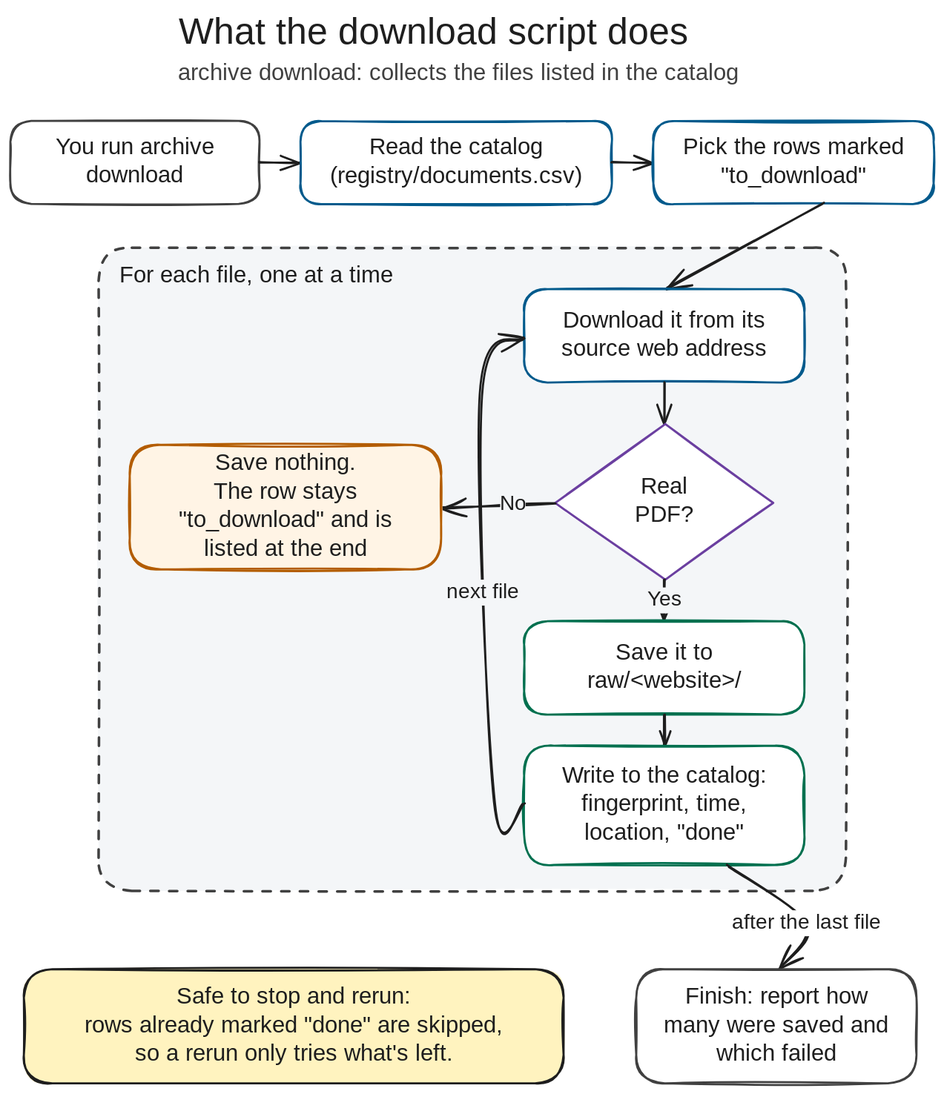
alemarieceria/jbphh-dw-archive-pipeline keeps this Excalidraw diagram as docs/diagrams/svgs/download-script.excalidraw.svg. Above is the earlier version. Source tidied: one line per element, renumbered; positions are measured from the earlier drawing's top-left corner, leaving out a move shared by most shapes.
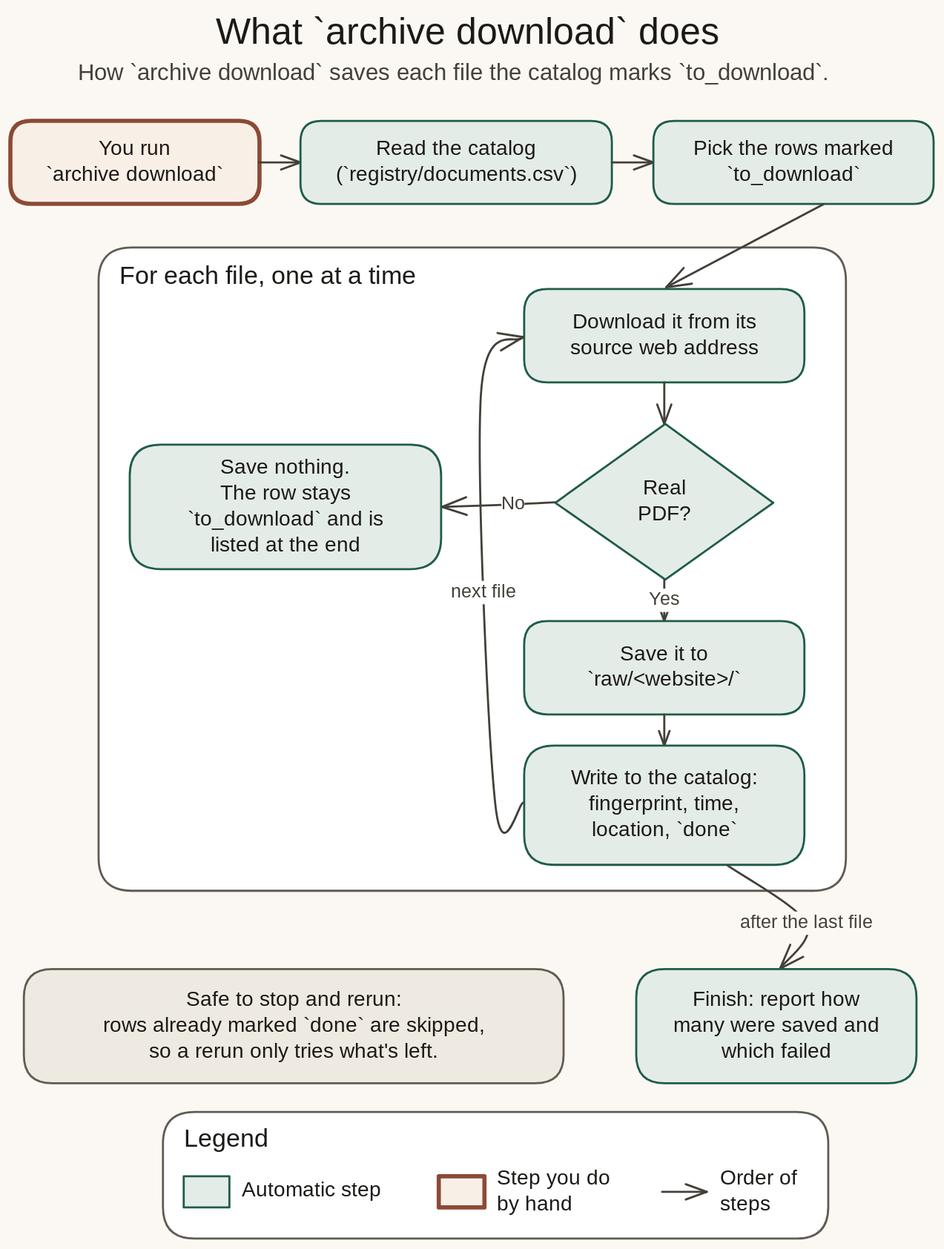
Later version of the same file.

Change to the diagram source:
```diff
@@ -1,37 +1,45 @@
-{"id": 0, "type": "text", "text": "What the download script does", "strokeColor": "#1e1e1e", "strokeWidth": 2, "roughness": 1, "fontSize": 36, "fontFamily": 5, "x": 162, "y": 0, "width": 574, "height": 45}
+{"id": 0, "type": "text", "text": "What `archive download` does", "strokeColor": "#1c1a17", "strokeWidth": 2, "roughness": 1, "fontSize": 36, "fontFamily": 5, "x": 198, "y": 0, "width": 539, "height": 45}
-{"id": 1, "type": "text", "text": "archive download: collects the files listed in the catalog", "strokeColor": "#404040", "strokeWidth": 2, "roughness": 1, "fontSize": 22, "fontFamily": 5, "x": 162, "y": 48, "width": 602, "height": 28}
+{"id": 1, "type": "text", "text": "How `archive download` saves each file the catalog marks `to_download`.", "strokeColor": "#443f38", "strokeWidth": 2, "roughness": 1, "fontSize": 22, "fontFamily": 5, "x": 65, "y": 48, "width": 805, "height": 28}
-{"id": 2, "type": "rectangle", "strokeColor": "#404040", "backgroundColor": "#ffffff", "fillStyle": "solid", "strokeWidth": 2, "roughness": 1, "round": true, "x": 0, "y": 106, "width": 240, "height": 80}
+{"id": 2, "type": "rectangle", "strokeColor": "#8c4a35", "backgroundColor": "#f8efe7", "fillStyle": "solid", "strokeWidth": 4, "roughness": 0, "round": true, "x": 0, "y": 106, "width": 240, "height": 80}
-{"id": 3, "type": "text", "text": "You run archive\ndownload", "strokeColor": "#1e1e1e", "strokeWidth": 2, "roughness": 1, "fontSize": 22, "fontFamily": 5, "textAlign": "center", "verticalAlign": "middle", "inside": 2, "x": 40, "y": 119, "width": 161, "height": 55}
+{"id": 3, "type": "text", "text": "You run\n`archive download`", "strokeColor": "#1c1a17", "strokeWidth": 2, "roughness": 1, "fontSize": 20, "fontFamily": 5, "textAlign": "center", "verticalAlign": "middle", "inside": 2, "x": 26, "y": 121, "width": 188, "height": 50}
-{"id": 4, "type": "arrow", "strokeColor": "#1e1e1e", "strokeWidth": 2, "roughness": 1, "endArrowhead": "arrow", "round": true, "x": 239, "y": 147, "width": 40, "height": 0, "points": [[0, 0], [40, 0]]}
+{"id": 4, "type": "arrow", "strokeColor": "#443f38", "strokeWidth": 2, "roughness": 0, "endArrowhead": "arrow", "round": true, "x": 239, "y": 147, "width": 40, "height": 0, "points": [[0, 0], [40, 0]]}
-{"id": 5, "type": "rectangle", "strokeColor": "#005a8c", "backgroundColor": "#ffffff", "fillStyle": "solid", "strokeWidth": 2, "roughness": 1, "round": true, "x": 279, "y": 107, "width": 300, "height": 80}
+{"id": 5, "type": "rectangle", "strokeColor": "#1f5c4a", "backgroundColor": "#e4ece7", "fillStyle": "solid", "strokeWidth": 2, "roughness": 0, "round": true, "x": 279, "y": 107, "width": 300, "height": 80}
-{"id": 6, "type": "text", "text": "Read the catalog\n(registry/documents.csv)", "strokeColor": "#1e1e1e", "strokeWidth": 2, "roughness": 1, "fontSize": 22, "fontFamily": 5, "textAlign": "center", "verticalAlign": "middle", "inside": 5, "x": 297, "y": 119, "width": 265, "height": 55}
+{"id": 6, "type": "text", "text": "Read the catalog\n(`registry/documents.csv`)", "strokeColor": "#1c1a17", "strokeWidth": 2, "roughness": 1, "fontSize": 20, "fontFamily": 5, "textAlign": "center", "verticalAlign": "middle", "inside": 5, "x": 297, "y": 122, "width": 265, "height": 50}
-{"id": 7, "type": "arrow", "strokeColor": "#1e1e1e", "strokeWidth": 2, "roughness": 1, "endArrowhead": "arrow", "round": true, "x": 579, "y": 147, "width": 40, "height": 0, "points": [[0, 0], [40, 0]]}
+{"id": 7, "type": "arrow", "strokeColor": "#443f38", "strokeWidth": 2, "roughness": 0, "endArrowhead": "arrow", "round": true, "x": 579, "y": 147, "width": 40, "height": 0, "points": [[0, 0], [40, 0]]}
-{"id": 8, "type": "rectangle", "strokeColor": "#005a8c", "backgroundColor": "#ffffff", "fillStyle": "solid", "strokeWidth": 2, "roughness": 1, "round": true, "x": 619, "y": 107, "width": 270, "height": 80}
+{"id": 8, "type": "rectangle", "strokeColor": "#1f5c4a", "backgroundColor": "#e4ece7", "fillStyle": "solid", "strokeWidth": 2, "roughness": 0, "round": true, "x": 619, "y": 107, "width": 270, "height": 80}
-{"id": 9, "type": "text", "text": "Pick the rows marked\n\"to_download\"", "strokeColor": "#1e1e1e", "strokeWidth": 2, "roughness": 1, "fontSize": 22, "fontFamily": 5, "textAlign": "center", "verticalAlign": "middle", "inside": 8, "x": 640, "y": 119, "width": 229, "height": 55}
+{"id": 9, "type": "text", "text": "Pick the rows marked\n`to_download`", "strokeColor": "#1c1a17", "strokeWidth": 2, "roughness": 1, "fontSize": 20, "fontFamily": 5, "textAlign": "center", "verticalAlign": "middle", "inside": 8, "x": 650, "y": 122, "width": 208, "height": 50}
-{"id": 10, "type": "rectangle", "strokeColor": "#404040", "backgroundColor": "#f4f6f8", "fillStyle": "solid", "strokeWidth": 2, "strokeStyle": "dashed", "roughness": 1, "round": true, "x": 85, "y": 229, "width": 720, "height": 620}
+{"id": 10, "type": "rectangle", "strokeColor": "#625b53", "backgroundColor": "#ffffff", "fillStyle": "solid", "strokeWidth": 2, "roughness": 0, "round": true, "x": 85, "y": 229, "width": 720, "height": 620}
-{"id": 11, "type": "text", "text": "For each file, one at a time", "strokeColor": "#1e1e1e", "strokeWidth": 2, "roughness": 1, "fontSize": 22, "fontFamily": 5, "x": 105, "y": 243, "width": 339, "height": 28}
+{"id": 11, "type": "text", "text": "For each file, one at a time", "strokeColor": "#1c1a17", "strokeWidth": 2, "roughness": 1, "fontSize": 24, "fontFamily": 5, "x": 105, "y": 243, "width": 320, "height": 30}
-{"id": 12, "type": "arrow", "strokeColor": "#1e1e1e", "strokeWidth": 2, "roughness": 1, "endArrowhead": "arrow", "round": true, "from": 8, "to": 13, "x": 783, "y": 187, "width": 152, "height": 80, "points": [[0, 0], [-152, 80]]}
+{"id": 12, "type": "arrow", "strokeColor": "#443f38", "strokeWidth": 2, "roughness": 0, "endArrowhead": "arrow", "round": true, "from": 8, "to": 13, "x": 783, "y": 187, "width": 152, "height": 80, "points": [[0, 0], [-152, 80]]}
-{"id": 13, "type": "rectangle", "strokeColor": "#005a8c", "backgroundColor": "#ffffff", "fillStyle": "solid", "strokeWidth": 2, "roughness": 1, "round": true, "x": 495, "y": 269, "width": 270, "height": 90}
+{"id": 13, "type": "rectangle", "strokeColor": "#1f5c4a", "backgroundColor": "#e4ece7", "fillStyle": "solid", "strokeWidth": 2, "roughness": 0, "round": true, "x": 495, "y": 269, "width": 270, "height": 90}
-{"id": 14, "type": "text", "text": "Download it from its\nsource web address", "strokeColor": "#1e1e1e", "strokeWidth": 2, "roughness": 1, "fontSize": 22, "fontFamily": 5, "textAlign": "center", "verticalAlign": "middle", "inside": 13, "x": 519, "y": 286, "width": 223, "height": 55}
+{"id": 14, "type": "text", "text": "Download it from its\nsource web address", "strokeColor": "#1c1a17", "strokeWidth": 2, "roughness": 1, "fontSize": 20, "fontFamily": 5, "textAlign": "center", "verticalAlign": "middle", "inside": 13, "x": 529, "y": 289, "width": 202, "height": 50}
-{"id": 15, "type": "arrow", "strokeColor": "#1e1e1e", "strokeWidth": 2, "roughness": 1, "endArrowhead": "arrow", "round": true, "x": 630, "y": 359, "width": 0, "height": 40, "points": [[0, 0], [0, 40]]}
+{"id": 15, "type": "arrow", "strokeColor": "#443f38", "strokeWidth": 2, "roughness": 0, "endArrowhead": "arrow", "round": true, "x": 630, "y": 359, "width": 0, "height": 40, "points": [[0, 0], [0, 40]]}
-{"id": 16, "type": "diamond", "strokeColor": "#6b3fa0", "backgroundColor": "#ffffff", "fillStyle": "solid", "strokeWidth": 2, "roughness": 1, "x": 525, "y": 399, "width": 210, "height": 150}
+{"id": 16, "type": "diamond", "strokeColor": "#1f5c4a", "backgroundColor": "#e4ece7", "fillStyle": "solid", "strokeWidth": 2, "roughness": 0, "x": 525, "y": 399, "width": 210, "height": 150}
-{"id": 17, "type": "text", "text": "Real\nPDF?", "strokeColor": "#1e1e1e", "strokeWidth": 2, "roughness": 1, "fontSize": 22, "fontFamily": 5, "textAlign": "center", "verticalAlign": "middle", "inside": 16, "x": 601, "y": 446, "width": 57, "height": 55}
+{"id": 17, "type": "text", "text": "Real\nPDF?", "strokeColor": "#1c1a17", "strokeWidth": 2, "roughness": 1, "fontSize": 20, "fontFamily": 5, "textAlign": "center", "verticalAlign": "middle", "inside": 16, "x": 604, "y": 449, "width": 52, "height": 50}
-{"id": 18, "type": "arrow", "strokeColor": "#1e1e1e", "strokeWidth": 2, "roughness": 1, "endArrowhead": "arrow", "round": true, "from": 16, "to": 20, "x": 525, "y": 474, "width": 109, "height": 4, "points": [[0, 0], [-40, 2], [-109, 4]]}
+{"id": 18, "type": "arrow", "strokeColor": "#443f38", "strokeWidth": 2, "roughness": 0, "endArrowhead": "arrow", "round": true, "from": 16, "to": 20, "x": 525, "y": 474, "width": 109, "height": 4, "points": [[0, 0], [-40, 2], [-109, 4]]}
-{"id": 19, "type": "text", "text": "No", "strokeColor": "#1e1e1e", "strokeWidth": 2, "roughness": 1, "fontSize": 20, "fontFamily": 5, "textAlign": "center", "verticalAlign": "middle", "inside": 18, "x": 595, "y": 467, "width": 25, "height": 25}
+{"id": 19, "type": "text", "text": "No", "strokeColor": "#443f38", "strokeWidth": 2, "roughness": 1, "fontSize": 18, "fontFamily": 5, "textAlign": "center", "verticalAlign": "middle", "inside": 18, "x": 597, "y": 468, "width": 22, "height": 22}
-{"id": 20, "type": "rectangle", "strokeColor": "#b35c00", "backgroundColor": "#fff4e5", "fillStyle": "solid", "strokeWidth": 2, "roughness": 1, "round": true, "x": 115, "y": 419, "width": 300, "height": 120}
+{"id": 20, "type": "rectangle", "strokeColor": "#1f5c4a", "backgroundColor": "#e4ece7", "fillStyle": "solid", "strokeWidth": 2, "roughness": 0, "round": true, "x": 115, "y": 419, "width": 300, "height": 120}
-{"id": 21, "type": "text", "text": "Save nothing.\nThe row stays\n\"to_download\" and is\nlisted at the end", "strokeColor": "#1e1e1e", "strokeWidth": 2, "roughness": 1, "fontSize": 22, "fontFamily": 5, "textAlign": "center", "verticalAlign": "middle", "inside": 20, "x": 152, "y": 424, "width": 226, "height": 110}
+{"id": 21, "type": "text", "text": "Save nothing.\nThe row stays\n`to_download` and is\nlisted at the end", "strokeColor": "#1c1a17", "strokeWidth": 2, "roughness": 1, "fontSize": 20, "fontFamily": 5, "textAlign": "center", "verticalAlign": "middle", "inside": 20, "x": 158, "y": 429, "width": 215, "height": 100}
-{"id": 22, "type": "arrow", "strokeColor": "#1e1e1e", "strokeWidth": 2, "roughness": 1, "endArrowhead": "arrow", "round": true, "x": 630, "y": 549, "width": 0, "height": 40, "points": [[0, 0], [0, 40]]}
+{"id": 22, "type": "arrow", "strokeColor": "#443f38", "strokeWidth": 2, "roughness": 0, "endArrowhead": "arrow", "round": true, "x": 630, "y": 549, "width": 0, "height": 40, "points": [[0, 0], [0, 40]]}
-{"id": 23, "type": "text", "text": "Yes", "strokeColor": "#1e1e1e", "strokeWidth": 2, "roughness": 1, "fontSize": 20, "fontFamily": 5, "textAlign": "center", "verticalAlign": "middle", "inside": 22, "x": 738, "y": 559, "width": 32, "height": 25}
+{"id": 23, "type": "text", "text": "Yes", "strokeColor": "#443f38", "strokeWidth": 2, "roughness": 1, "fontSize": 18, "fontFamily": 5, "textAlign": "center", "verticalAlign": "middle", "inside": 22, "x": 739, "y": 560, "width": 29, "height": 22}
-{"id": 24, "type": "rectangle", "strokeColor": "#00704f", "backgroundColor": "#ffffff", "fillStyle": "solid", "strokeWidth": 2, "roughness": 1, "round": true, "x": 495, "y": 589, "width": 270, "height": 90}
+{"id": 24, "type": "rectangle", "strokeColor": "#1f5c4a", "backgroundColor": "#e4ece7", "fillStyle": "solid", "strokeWidth": 2, "roughness": 0, "round": true, "x": 495, "y": 589, "width": 270, "height": 90}
-{"id": 25, "type": "text", "text": "Save it to\nraw/<website>/", "strokeColor": "#1e1e1e", "strokeWidth": 2, "roughness": 1, "fontSize": 22, "fontFamily": 5, "textAlign": "center", "verticalAlign": "middle", "inside": 24, "x": 547, "y": 606, "width": 166, "height": 55}
+{"id": 25, "type": "text", "text": "Save it to\n`raw/<website>/`", "strokeColor": "#1c1a17", "strokeWidth": 2, "roughness": 1, "fontSize": 20, "fontFamily": 5, "textAlign": "center", "verticalAlign": "middle", "inside": 24, "x": 543, "y": 609, "width": 174, "height": 50}
-{"id": 26, "type": "arrow", "strokeColor": "#1e1e1e", "strokeWidth": 2, "roughness": 1, "endArrowhead": "arrow", "round": true, "x": 630, "y": 679, "width": 0, "height": 30, "points": [[0, 0], [0, 30]]}
+{"id": 26, "type": "arrow", "strokeColor": "#443f38", "strokeWidth": 2, "roughness": 0, "endArrowhead": "arrow", "round": true, "x": 630, "y": 679, "width": 0, "height": 30, "points": [[0, 0], [0, 30]]}
-{"id": 27, "type": "rectangle", "strokeColor": "#00704f", "backgroundColor": "#ffffff", "fillStyle": "solid", "strokeWidth": 2, "roughness": 1, "round": true, "x": 495, "y": 709, "width": 270, "height": 115}
+{"id": 27, "type": "rectangle", "strokeColor": "#1f5c4a", "backgroundColor": "#e4ece7", "fillStyle": "solid", "strokeWidth": 2, "roughness": 0, "round": true, "x": 495, "y": 709, "width": 270, "height": 115}
-{"id": 28, "type": "text", "text": "Write to the catalog:\nfingerprint, time,\nlocation, \"done\"", "strokeColor": "#1e1e1e", "strokeWidth": 2, "roughness": 1, "fontSize": 22, "fontFamily": 5, "textAlign": "center", "verticalAlign": "middle", "inside": 27, "x": 516, "y": 725, "width": 229, "height": 82}
+{"id": 28, "type": "text", "text": "Write to the catalog:\nfingerprint, time,\nlocation, `done`", "strokeColor": "#1c1a17", "strokeWidth": 2, "roughness": 1, "fontSize": 20, "fontFamily": 5, "textAlign": "center", "verticalAlign": "middle", "inside": 27, "x": 526, "y": 729, "width": 208, "height": 75}
-{"id": 29, "type": "arrow", "strokeColor": "#1e1e1e", "strokeWidth": 2, "roughness": 1, "endArrowhead": "arrow", "round": true, "from": 27, "to": 13, "x": 494, "y": 764, "width": 41, "height": 449, "points": [[0, 0], [-27, 0], [-41, -393], [0, -449]]}
+{"id": 29, "type": "arrow", "strokeColor": "#443f38", "strokeWidth": 2, "roughness": 0, "endArrowhead": "arrow", "round": true, "from": 27, "to": 13, "x": 494, "y": 764, "width": 41, "height": 449, "points": [[0, 0], [-27, 0], [-41, -393], [0, -449]]}
-{"id": 30, "type": "text", "text": "next file", "strokeColor": "#1e1e1e", "strokeWidth": 2, "roughness": 1, "fontSize": 20, "fontFamily": 5, "textAlign": "center", "verticalAlign": "middle", "inside": 29, "x": 538, "y": 552, "width": 82, "height": 25}
+{"id": 30, "type": "text", "text": "next file", "strokeColor": "#443f38", "strokeWidth": 2, "roughness": 1, "fontSize": 18, "fontFamily": 5, "textAlign": "center", "verticalAlign": "middle", "inside": 29, "x": 542, "y": 553, "width": 74, "height": 22}
-{"id": 31, "type": "arrow", "strokeColor": "#1e1e1e", "strokeWidth": 2, "roughness": 1, "endArrowhead": "arrow", "round": true, "from": 27, "to": 33, "x": 691, "y": 824, "width": 76, "height": 99, "points": [[0, 0], [76, 56], [50, 99]]}
+{"id": 31, "type": "arrow", "strokeColor": "#443f38", "strokeWidth": 2, "roughness": 0, "endArrowhead": "arrow", "round": true, "from": 27, "to": 33, "x": 691, "y": 824, "width": 76, "height": 99, "points": [[0, 0], [76, 56], [50, 99]]}
-{"id": 32, "type": "text", "text": "after the last file", "strokeColor": "#1e1e1e", "strokeWidth": 2, "roughness": 1, "fontSize": 20, "fontFamily": 5, "textAlign": "center", "verticalAlign": "middle", "inside": 31, "x": 942, "y": 859, "width": 177, "height": 25}
+{"id": 32, "type": "text", "text": "after the last file", "strokeColor": "#443f38", "strokeWidth": 2, "roughness": 1, "fontSize": 18, "fontFamily": 5, "textAlign": "center", "verticalAlign": "middle", "inside": 31, "x": 951, "y": 860, "width": 159, "height": 22}
-{"id": 33, "type": "rectangle", "strokeColor": "#404040", "backgroundColor": "#ffffff", "fillStyle": "solid", "strokeWidth": 2, "roughness": 1, "round": true, "x": 603, "y": 924, "width": 270, "height": 110}
+{"id": 33, "type": "rectangle", "strokeColor": "#1f5c4a", "backgroundColor": "#e4ece7", "fillStyle": "solid", "strokeWidth": 2, "roughness": 0, "round": true, "x": 603, "y": 924, "width": 270, "height": 110}
-{"id": 34, "type": "text", "text": "Finish: report how\nmany were saved and\nwhich failed", "strokeColor": "#1e1e1e", "strokeWidth": 2, "roughness": 1, "fontSize": 22, "fontFamily": 5, "textAlign": "center", "verticalAlign": "middle", "inside": 33, "x": 626, "y": 938, "width": 223, "height": 82}
+{"id": 34, "type": "text", "text": "Finish: report how\nmany were saved and\nwhich failed", "strokeColor": "#1c1a17", "strokeWidth": 2, "roughness": 1, "fontSize": 20, "fontFamily": 5, "textAlign": "center", "verticalAlign": "middle", "inside": 33, "x": 637, "y": 942, "width": 203, "height": 75}
-{"id": 35, "type": "rectangle", "strokeColor": "#1e1e1e", "backgroundColor": "#fff3bf", "fillStyle": "solid", "strokeWidth": 2, "roughness": 1, "round": true, "x": 13, "y": 924, "width": 520, "height": 110}
+{"id": 35, "type": "rectangle", "strokeColor": "#625b53", "backgroundColor": "#eeeae2", "fillStyle": "solid", "strokeWidth": 2, "roughness": 0, "round": true, "x": 13, "y": 924, "width": 520, "height": 110}
-{"id": 36, "type": "text", "text": "Safe to stop and rerun:\nrows already marked \"done\" are skipped,\nso a rerun only tries what's left.", "strokeColor": "#1e1e1e", "strokeWidth": 2, "roughness": 1, "fontSize": 22, "fontFamily": 5, "textAlign": "center", "verticalAlign": "middle", "inside": 35, "x": 61, "y": 938, "width": 424, "height": 82}
+{"id": 36, "type": "text", "text": "Safe to stop and rerun:\nrows already marked `done` are skipped,\nso a rerun only tries what's left.", "strokeColor": "#1c1a17", "strokeWidth": 2, "roughness": 1, "fontSize": 20, "fontFamily": 5, "textAlign": "center", "verticalAlign": "middle", "inside": 35, "x": 75, "y": 942, "width": 396, "height": 75}
+{"id": 37, "type": "rectangle", "strokeColor": "#625b53", "backgroundColor": "#ffffff", "fillStyle": "solid", "strokeWidth": 2, "roughness": 0, "round": true, "x": 147, "y": 1062, "width": 641, "height": 122}
+{"id": 38, "type": "text", "text": "Legend", "strokeColor": "#1c1a17", "strokeWidth": 2, "roughness": 1, "fontSize": 24, "fontFamily": 5, "x": 167, "y": 1074, "width": 79, "height": 30}
+{"id": 39, "type": "rectangle", "strokeColor": "#1f5c4a", "backgroundColor": "#e4ece7", "fillStyle": "solid", "strokeWidth": 2, "roughness": 0, "x": 167, "y": 1124, "width": 44, "height": 30}
+{"id": 40, "type": "text", "text": "Automatic step", "strokeColor": "#1c1a17", "strokeWidth": 2, "roughness": 1, "fontSize": 20, "fontFamily": 5, "x": 223, "y": 1126, "width": 150, "height": 25}
+{"id": 41, "type": "rectangle", "strokeColor": "#8c4a35", "backgroundColor": "#f8efe7", "fillStyle": "solid", "strokeWidth": 4, "roughness": 0, "x": 413, "y": 1124, "width": 44, "height": 30}
+{"id": 42, "type": "text", "text": "Step you do\nby hand", "strokeColor": "#1c1a17", "strokeWidth": 2, "roughness": 1, "fontSize": 20, "fontFamily": 5, "x": 469, "y": 1114, "width": 119, "height": 50}
+{"id": 43, "type": "arrow", "strokeColor": "#443f38", "strokeWidth": 2, "roughness": 0, "endArrowhead": "arrow", "x": 628, "y": 1139, "width": 43, "height": 0, "points": [[0, 0], [43, 0]]}
+{"id": 44, "type": "text", "text": "Order of\nsteps", "strokeColor": "#1c1a17", "strokeWidth": 2, "roughness": 1, "fontSize": 20, "fontFamily": 5, "x": 683, "y": 1114, "width": 85, "height": 50}
```
